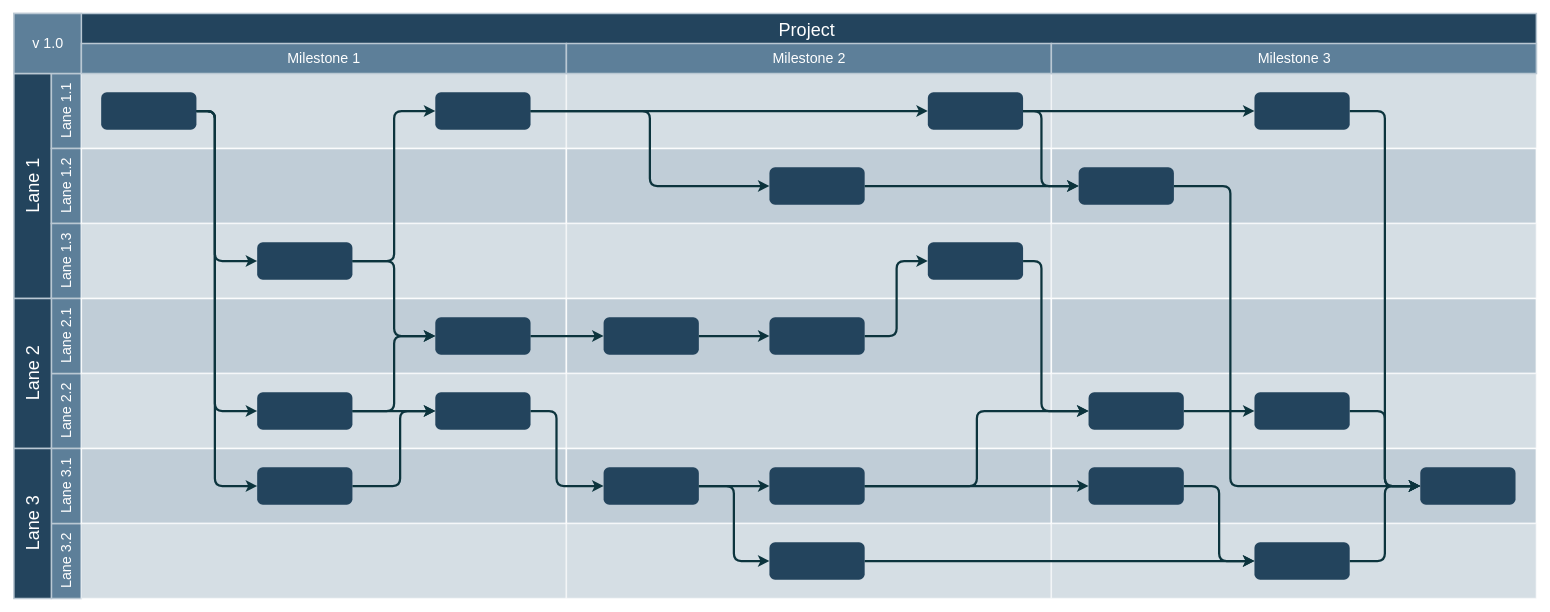
This is 多模态.drawio from YuanFeis/drowio, a draw.io file, before an edit. Source tidied: cells renumbered, new cells numbered last; positions are measured from the earlier drawing's top-left corner, leaving out a move shared by most shapes. Both pictures are drawn from the tidied source at 75%, with x=0, y=0 at pixel (14, 13).
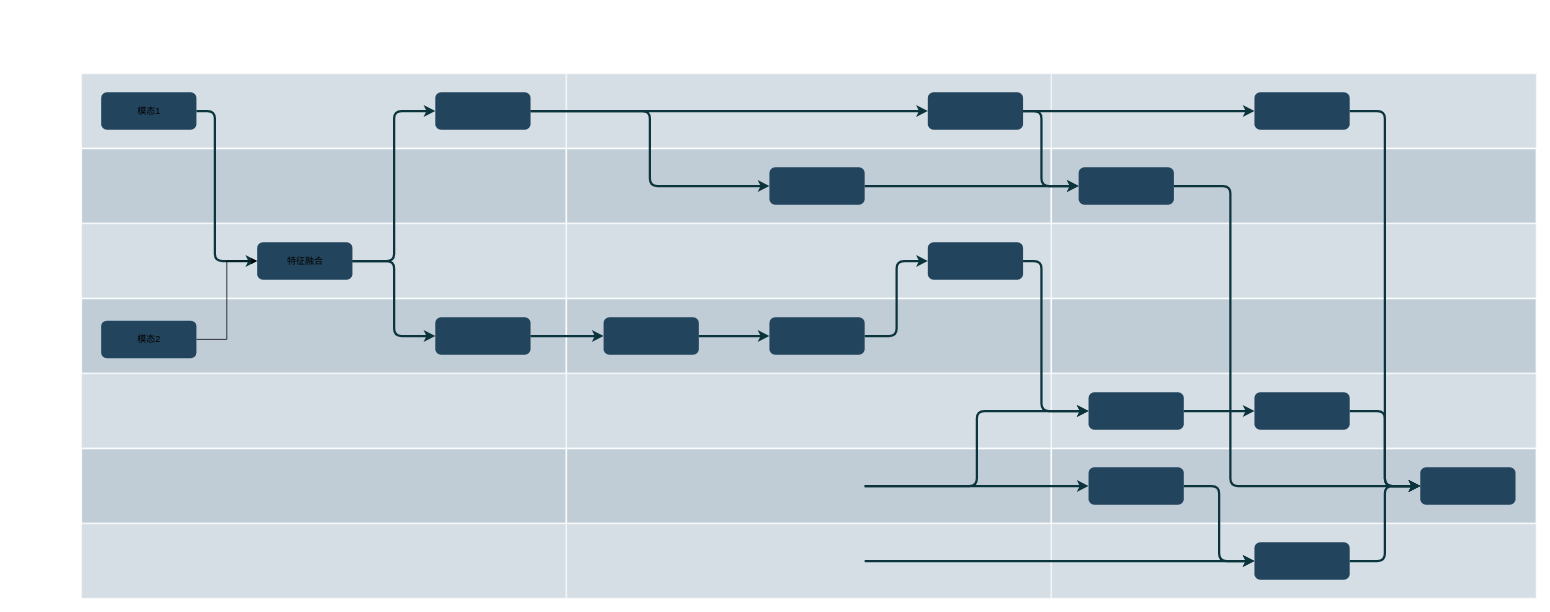
The same diagram, later.

Commit message:
更新多模态.drawio

Unchanged cells that the change refers to:
```xml
<mxCell id="39" style="rounded=1;fillColor=#23445D;strokeColor=none;strokeWidth=2;fontFamily=Helvetica;html=1;gradientColor=none;" parent="1" vertex="1">
  <mxGeometry x="561.9" y="405.5" width="127" height="50" as="geometry" />
</mxCell>
<mxCell id="52" style="rounded=1;fillColor=#23445D;strokeColor=none;strokeWidth=2;gradientColor=none;fontFamily=Helvetica;html=1;" parent="1" vertex="1">
  <mxGeometry x="1432.9" y="505.5" width="127" height="50" as="geometry" />
</mxCell>
<mxCell id="55" style="rounded=1;fillColor=#23445D;strokeColor=none;strokeWidth=2;gradientColor=none;fontFamily=Helvetica;html=1;" parent="1" vertex="1">
  <mxGeometry x="1432.9" y="605.5" width="127" height="50" as="geometry" />
</mxCell>
<mxCell id="56" style="rounded=1;fillColor=#23445D;strokeColor=none;strokeWidth=2;gradientColor=none;fontFamily=Helvetica;html=1;" parent="1" vertex="1">
  <mxGeometry x="1654.1" y="705.5" width="127" height="50" as="geometry" />
</mxCell>
```

The edit, as a diff of the source:
```diff
@@
-    <mxCell id="2" value="Project&#10;" style="strokeColor=#BAC8D3;fillColor=#23445D;fontSize=24;strokeWidth=2;fontFamily=Helvetica;html=1;fontColor=#FFFFFF;fontStyle=0;spacingBottom=8;spacingRight=0;spacingLeft=83;" parent="1" vertex="1">
-      <mxGeometry y="0.5" width="2030" height="80" as="geometry" />
-    </mxCell>
-    <mxCell id="3" value="Lane 1" style="strokeColor=#BAC8D3;fillColor=#23445D;fontSize=24;strokeWidth=2;horizontal=0;fontFamily=Helvetica;html=1;fontColor=#FFFFFF;fontStyle=0;" parent="1" vertex="1">
-      <mxGeometry y="80.5" width="50" height="300" as="geometry" />
-    </mxCell>
-    <mxCell id="4" value="Lane 1.1" style="strokeColor=#BAC8D3;fillColor=#5d7f99;fontSize=19;strokeWidth=2;horizontal=0;fontFamily=Helvetica;html=1;labelBackgroundColor=none;fontColor=#FFFFFF;" parent="1" vertex="1">
-      <mxGeometry x="50" y="80.5" width="40" height="100" as="geometry" />
-    </mxCell>
-    <mxCell id="5" value="v 1.0" style="strokeColor=#BAC8D3;fillColor=#5d7f99;fontSize=19;strokeWidth=2;fontFamily=Helvetica;html=1;labelBackgroundColor=none;fontColor=#FFFFFF;" parent="1" vertex="1">
-      <mxGeometry y="0.5" width="90" height="80" as="geometry" />
-    </mxCell>
-    <mxCell id="6" value="Lane 1.2" style="strokeColor=#BAC8D3;fillColor=#5d7f99;fontSize=19;strokeWidth=2;horizontal=0;fontFamily=Helvetica;html=1;labelBackgroundColor=none;fontColor=#FFFFFF;" parent="1" vertex="1">
-      <mxGeometry x="50" y="180.5" width="40" height="100" as="geometry" />
-    </mxCell>
-    <mxCell id="7" value="Lane 1.3" style="strokeColor=#BAC8D3;fillColor=#5d7f99;fontSize=19;strokeWidth=2;horizontal=0;fontFamily=Helvetica;html=1;labelBackgroundColor=none;fontColor=#FFFFFF;" parent="1" vertex="1">
-      <mxGeometry x="50" y="280.5" width="40" height="100" as="geometry" />
-    </mxCell>
-    <mxCell id="8" value="Lane 2.2" style="strokeColor=#BAC8D3;fillColor=#5d7f99;fontSize=19;strokeWidth=2;horizontal=0;fontFamily=Helvetica;html=1;labelBackgroundColor=none;fontColor=#FFFFFF;" parent="1" vertex="1">
-      <mxGeometry x="50" y="480.5" width="40" height="100" as="geometry" />
-    </mxCell>
-    <mxCell id="9" value="Lane 2.1" style="strokeColor=#BAC8D3;fillColor=#5d7f99;fontSize=19;strokeWidth=2;horizontal=0;fontFamily=Helvetica;html=1;labelBackgroundColor=none;fontColor=#FFFFFF;" parent="1" vertex="1">
-      <mxGeometry x="50" y="380.5" width="40" height="100" as="geometry" />
-    </mxCell>
-    <mxCell id="10" value="Lane 2" style="strokeColor=#BAC8D3;fillColor=#23445D;fontSize=24;strokeWidth=2;horizontal=0;fontFamily=Helvetica;html=1;fontColor=#FFFFFF;fontStyle=0;" parent="1" vertex="1">
-      <mxGeometry y="380.5" width="50" height="200" as="geometry" />
-    </mxCell>
-    <mxCell id="11" value="Lane 3.2" style="strokeColor=#BAC8D3;fillColor=#5d7f99;fontSize=19;strokeWidth=2;horizontal=0;fontFamily=Helvetica;html=1;labelBackgroundColor=none;fontColor=#FFFFFF;" parent="1" vertex="1">
-      <mxGeometry x="50" y="680.5" width="40" height="100" as="geometry" />
-    </mxCell>
-    <mxCell id="12" value="Lane 3.1" style="strokeColor=#BAC8D3;fillColor=#5d7f99;fontSize=19;strokeWidth=2;horizontal=0;fontFamily=Helvetica;html=1;labelBackgroundColor=none;fontColor=#FFFFFF;" parent="1" vertex="1">
-      <mxGeometry x="50" y="580.5" width="40" height="100" as="geometry" />
-    </mxCell>
-    <mxCell id="13" value="Lane 3" style="strokeColor=#BAC8D3;fillColor=#23445D;fontSize=24;strokeWidth=2;horizontal=0;fontFamily=Helvetica;html=1;fontColor=#FFFFFF;fontStyle=0;" parent="1" vertex="1">
-      <mxGeometry y="580.5" width="50" height="200" as="geometry" />
-    </mxCell>
@@
-    <mxCell id="36" style="rounded=1;fillColor=#23445D;strokeColor=none;strokeWidth=2;fontFamily=Helvetica;html=1;gradientColor=none;" parent="1" vertex="1">
+    <mxCell id="36" value="模态1" style="rounded=1;fillColor=#23445D;strokeColor=none;strokeWidth=2;fontFamily=Helvetica;html=1;gradientColor=none;" parent="1" vertex="1">
       <mxGeometry x="116.4" y="105.5" width="127" height="50" as="geometry" />
     </mxCell>
@@
-    <mxCell id="38" style="rounded=1;fillColor=#23445D;strokeColor=none;strokeWidth=2;fontFamily=Helvetica;html=1;gradientColor=none;" parent="1" vertex="1">
+    <mxCell id="38" value="特征融合" style="rounded=1;fillColor=#23445D;strokeColor=none;strokeWidth=2;fontFamily=Helvetica;html=1;gradientColor=none;" parent="1" vertex="1">
       <mxGeometry x="324.4" y="305.5" width="127" height="50" as="geometry" />
     </mxCell>
@@
-    <mxCell id="40" style="rounded=1;fillColor=#23445D;strokeColor=none;strokeWidth=2;fontFamily=Helvetica;html=1;gradientColor=none;" parent="1" vertex="1">
-      <mxGeometry x="561.9" y="505.5" width="127" height="50" as="geometry" />
-    </mxCell>
-    <mxCell id="41" style="rounded=1;fillColor=#23445D;strokeColor=none;strokeWidth=2;fontFamily=Helvetica;html=1;gradientColor=none;" parent="1" vertex="1">
-      <mxGeometry x="324.4" y="605.5" width="127" height="50" as="geometry" />
-    </mxCell>
-    <mxCell id="42" style="rounded=1;fillColor=#23445D;strokeColor=none;strokeWidth=2;fontFamily=Helvetica;html=1;gradientColor=none;" parent="1" vertex="1">
-      <mxGeometry x="324.4" y="505.5" width="127" height="50" as="geometry" />
-    </mxCell>
@@
-    <mxCell id="47" style="rounded=1;fillColor=#23445D;strokeColor=none;strokeWidth=2;fontFamily=Helvetica;html=1;gradientColor=none;" parent="1" vertex="1">
-      <mxGeometry x="1007.4" y="705.5" width="127" height="50" as="geometry" />
-    </mxCell>
-    <mxCell id="48" style="rounded=1;fillColor=#23445D;strokeColor=none;strokeWidth=2;fontFamily=Helvetica;html=1;gradientColor=none;" parent="1" vertex="1">
-      <mxGeometry x="786.3" y="605.5" width="127" height="50" as="geometry" />
-    </mxCell>
-    <mxCell id="49" style="rounded=1;fillColor=#23445D;strokeColor=none;strokeWidth=2;fontFamily=Helvetica;html=1;gradientColor=none;" parent="1" vertex="1">
-      <mxGeometry x="1007.4" y="605.5" width="127" height="50" as="geometry" />
-    </mxCell>
@@
-    <mxCell id="58" style="edgeStyle=elbowEdgeStyle;elbow=horizontal;strokeWidth=3;strokeColor=#0C343D;fontFamily=Helvetica;html=1;" parent="1" edge="1" source="36" target="42">
-      <mxGeometry x="6.4" y="830.5" as="geometry">
-        <Array as="points">
-          <mxPoint x="268" y="343.5" />
-        </Array>
-      </mxGeometry>
-    </mxCell>
-    <mxCell id="59" style="edgeStyle=elbowEdgeStyle;elbow=horizontal;strokeWidth=3;strokeColor=#0C343D;fontFamily=Helvetica;html=1;" parent="1" edge="1" source="36" target="41">
-      <mxGeometry x="6.4" y="830.5" as="geometry">
-        <Array as="points">
-          <mxPoint x="268" y="252.5" />
-        </Array>
-      </mxGeometry>
-    </mxCell>
@@
-    <mxCell id="62" style="edgeStyle=elbowEdgeStyle;elbow=horizontal;strokeWidth=3;strokeColor=#0C343D;fontFamily=Helvetica;html=1;" parent="1" edge="1" source="42" target="39">
-      <mxGeometry x="6.4" y="830.5" as="geometry" />
-    </mxCell>
-    <mxCell id="63" style="edgeStyle=elbowEdgeStyle;elbow=horizontal;strokeWidth=3;strokeColor=#0C343D;fontFamily=Helvetica;html=1;" parent="1" edge="1" source="42" target="40">
-      <mxGeometry x="6.4" y="830.5" as="geometry" />
-    </mxCell>
-    <mxCell id="64" style="edgeStyle=elbowEdgeStyle;elbow=horizontal;strokeWidth=3;strokeColor=#0C343D;fontFamily=Helvetica;html=1;" parent="1" edge="1" source="41" target="40">
-      <mxGeometry x="6.4" y="830.5" as="geometry">
-        <Array as="points">
-          <mxPoint x="515" y="584.5" />
-        </Array>
-      </mxGeometry>
-    </mxCell>
@@
-    <mxCell id="69" style="edgeStyle=elbowEdgeStyle;elbow=horizontal;strokeWidth=3;strokeColor=#0C343D;fontFamily=Helvetica;html=1;" parent="1" edge="1" source="40" target="48">
-      <mxGeometry x="6.4" y="830.5" as="geometry">
-        <Array as="points">
-          <mxPoint x="723.5" y="580.5" />
-        </Array>
-      </mxGeometry>
-    </mxCell>
-    <mxCell id="70" style="edgeStyle=elbowEdgeStyle;elbow=horizontal;strokeWidth=3;strokeColor=#0C343D;fontFamily=Helvetica;html=1;" parent="1" edge="1" source="48" target="49">
-      <mxGeometry x="6.4" y="830.5" as="geometry" />
-    </mxCell>
-    <mxCell id="71" style="edgeStyle=elbowEdgeStyle;elbow=horizontal;strokeWidth=3;strokeColor=#0C343D;fontFamily=Helvetica;html=1;" parent="1" edge="1" source="48" target="47">
-      <mxGeometry x="6.4" y="830.5" as="geometry" />
-    </mxCell>
-    <mxCell id="72" style="edgeStyle=elbowEdgeStyle;elbow=horizontal;strokeWidth=3;strokeColor=#0C343D;fontFamily=Helvetica;html=1;" parent="1" edge="1" source="47" target="56">
-      <mxGeometry x="6.4" y="830.5" as="geometry" />
+    <mxCell id="72" style="edgeStyle=elbowEdgeStyle;elbow=horizontal;strokeWidth=3;strokeColor=#0C343D;fontFamily=Helvetica;html=1;" parent="1" edge="1" target="56">
+      <mxGeometry x="6.4" y="830.5" as="geometry">
+        <mxPoint x="1134.4" y="730.5" as="sourcePoint" />
+      </mxGeometry>
     </mxCell>
@@
-    <mxCell id="76" style="edgeStyle=elbowEdgeStyle;elbow=horizontal;strokeWidth=3;strokeColor=#0C343D;fontFamily=Helvetica;html=1;" parent="1" edge="1" source="49" target="52">
-      <mxGeometry x="6.4" y="830.5" as="geometry" />
+    <mxCell id="76" style="edgeStyle=elbowEdgeStyle;elbow=horizontal;strokeWidth=3;strokeColor=#0C343D;fontFamily=Helvetica;html=1;" parent="1" edge="1" target="52">
+      <mxGeometry x="6.4" y="830.5" as="geometry">
+        <mxPoint x="1134.4" y="630.5" as="sourcePoint" />
+      </mxGeometry>
     </mxCell>
-    <mxCell id="77" style="edgeStyle=elbowEdgeStyle;elbow=horizontal;strokeWidth=3;strokeColor=#0C343D;fontFamily=Helvetica;html=1;" parent="1" edge="1" source="49" target="55">
-      <mxGeometry x="6.4" y="830.5" as="geometry" />
+    <mxCell id="77" style="edgeStyle=elbowEdgeStyle;elbow=horizontal;strokeWidth=3;strokeColor=#0C343D;fontFamily=Helvetica;html=1;" parent="1" edge="1" target="55">
+      <mxGeometry x="6.4" y="830.5" as="geometry">
+        <mxPoint x="1134.4" y="630.5" as="sourcePoint" />
+      </mxGeometry>
     </mxCell>
@@
-    <mxCell id="86" style="group;" parent="1" vertex="1">
-      <mxGeometry x="90" y="40.5" width="646.7" height="40" as="geometry" />
-    </mxCell>
-    <mxCell id="87" value="Milestone 1" style="strokeColor=#BAC8D3;fillColor=#5d7f99;fontSize=19;strokeWidth=2;fontFamily=Helvetica;html=1;labelBackgroundColor=none;fontColor=#FFFFFF;" parent="86" vertex="1">
-      <mxGeometry width="646.7" height="40" as="geometry" />
-    </mxCell>
-    <mxCell id="88" value="Milestone 2" style="strokeColor=#BAC8D3;fillColor=#5d7f99;fontSize=19;strokeWidth=2;fontFamily=Helvetica;html=1;labelBackgroundColor=none;fontColor=#FFFFFF;" parent="86" vertex="1">
-      <mxGeometry x="646.7" width="646.7" height="40" as="geometry" />
-    </mxCell>
-    <mxCell id="89" value="Milestone 3" style="strokeColor=#BAC8D3;fillColor=#5d7f99;fontSize=19;strokeWidth=2;fontFamily=Helvetica;html=1;labelBackgroundColor=none;fontColor=#FFFFFF;" parent="86" vertex="1">
-      <mxGeometry x="1293.3" width="646.7" height="40" as="geometry" />
-    </mxCell>
+    <mxCell id="90" style="edgeStyle=orthogonalEdgeStyle;rounded=0;jettySize=auto;html=1;exitX=1;exitY=0.5;exitDx=0;exitDy=0;entryX=0;entryY=0.5;entryDx=0;entryDy=0;" parent="1" edge="1" source="91" target="38">
+      <mxGeometry relative="1" as="geometry" />
+    </mxCell>
+    <mxCell id="91" value="模态2" style="rounded=1;fillColor=#23445D;strokeColor=none;strokeWidth=2;fontFamily=Helvetica;html=1;gradientColor=none;" parent="1" vertex="1">
+      <mxGeometry x="116.4" y="410" width="127" height="50" as="geometry" />
+    </mxCell>
```
